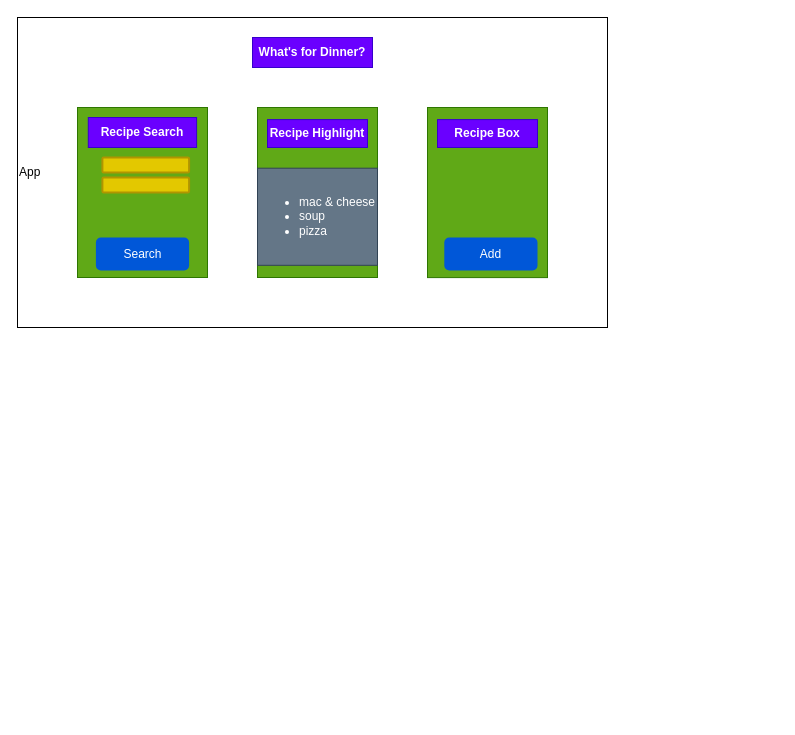
Above: diagram.drawio in medfieldanderson/dinner (draw.io), before the change. Source tidied: cells renumbered, new cells numbered last; positions are measured from the earlier drawing's top-left corner, leaving out a move shared by most shapes. Both pictures are drawn from the tidied source at 100%, with x=0, y=0 at pixel (17, 17).
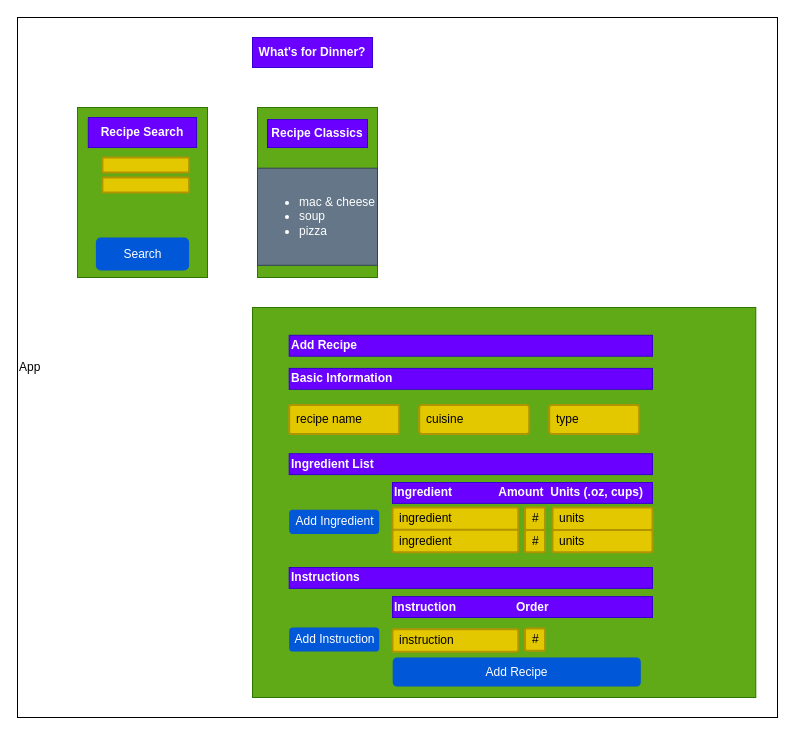
The same diagram, later.

The change refers to these unchanged cells:
```xml
<mxCell id="5" style="group;fillColor=none;gradientColor=default;" parent="1" vertex="1">
  <mxGeometry x="240" y="90" width="120" height="170" as="geometry" />
</mxCell>
```

The edit, as a diff of the source:
```diff
@@
     <mxCell id="3" value="App" style="rounded=0;whiteSpace=wrap;html=1;align=left;" parent="1" vertex="1">
-      <mxGeometry width="590" height="310" as="geometry" />
+      <mxGeometry width="760" height="700" as="geometry" />
     </mxCell>
@@
-    <mxCell id="8" value="&lt;b&gt;Recipe Highlight&lt;/b&gt;" style="rounded=0;whiteSpace=wrap;html=1;fillColor=#6a00ff;fontColor=#ffffff;strokeColor=#3700CC;" parent="5" vertex="1">
+    <mxCell id="8" value="&lt;b&gt;Recipe Classics&lt;/b&gt;" style="rounded=0;whiteSpace=wrap;html=1;fillColor=#6a00ff;fontColor=#ffffff;strokeColor=#3700CC;" parent="5" vertex="1">
       <mxGeometry x="10" y="12.1" width="100" height="27.9" as="geometry" />
     </mxCell>
@@
     <mxCell id="10" style="rounded=0;whiteSpace=wrap;html=1;fillColor=#60a917;gradientDirection=east;fontColor=#ffffff;strokeColor=#2D7600;" parent="1" vertex="1">
-      <mxGeometry x="410" y="90" width="120" height="170.1" as="geometry" />
+      <mxGeometry x="235" y="290" width="503.3" height="390" as="geometry" />
     </mxCell>
-    <mxCell id="11" value="&lt;b&gt;Recipe Box&lt;/b&gt;" style="rounded=0;whiteSpace=wrap;html=1;fillColor=#6a00ff;fontColor=#ffffff;strokeColor=#3700CC;" parent="10" vertex="1">
-      <mxGeometry x="10" y="12.1" width="100" height="27.9" as="geometry" />
+    <mxCell id="11" value="&lt;b&gt;Add Recipe&lt;/b&gt;" style="rounded=0;whiteSpace=wrap;html=1;fillColor=#6a00ff;fontColor=#ffffff;strokeColor=#3700CC;align=left;" parent="10" vertex="1">
+      <mxGeometry x="36.7" y="27.8" width="363.3" height="20.9" as="geometry" />
     </mxCell>
-    <mxCell id="12" value="Add" style="rounded=1;fillColor=#0057D8;strokeColor=none;html=1;fontColor=#ffffff;align=center;verticalAlign=middle;fontStyle=0;fontSize=12;sketch=0;" parent="10" vertex="1">
-      <mxGeometry x="16.8" y="130" width="93.2" height="33" as="geometry" />
+    <mxCell id="12" value="Add Recipe" style="rounded=1;fillColor=#0057D8;strokeColor=none;html=1;fontColor=#ffffff;align=center;verticalAlign=middle;fontStyle=0;fontSize=12;sketch=0;" parent="10" vertex="1">
+      <mxGeometry x="140.2" y="350" width="248.1" height="29" as="geometry" />
     </mxCell>
+    <mxCell id="17" value="recipe name" style="rounded=1;arcSize=5;align=left;spacingLeft=5;strokeColor=#B09500;html=1;strokeWidth=2;fontSize=12;fillColor=#e3c800;gradientDirection=north;fontColor=#000000;" parent="10" vertex="1">
+      <mxGeometry x="36.7" y="97.5" width="110" height="28.9" as="geometry" />
+    </mxCell>
+    <mxCell id="18" value="type" style="rounded=1;arcSize=9;align=left;spacingLeft=5;strokeColor=#B09500;html=1;strokeWidth=2;fontSize=12;fillColor=#e3c800;gradientDirection=north;fontColor=#000000;" parent="10" vertex="1">
+      <mxGeometry x="296.7" y="97.5" width="90" height="28.9" as="geometry" />
+    </mxCell>
+    <mxCell id="19" value="cuisine" style="rounded=1;arcSize=9;align=left;spacingLeft=5;strokeColor=#B09500;html=1;strokeWidth=2;fontSize=12;fillColor=#e3c800;gradientDirection=north;fontColor=#000000;" parent="10" vertex="1">
+      <mxGeometry x="166.7" y="97.5" width="110" height="28.9" as="geometry" />
+    </mxCell>
+    <mxCell id="20" value="&lt;b&gt;Basic Information&lt;/b&gt;" style="rounded=0;whiteSpace=wrap;html=1;fillColor=#6a00ff;fontColor=#ffffff;strokeColor=#3700CC;align=left;" parent="10" vertex="1">
+      <mxGeometry x="36.7" y="60.9" width="363.3" height="20.9" as="geometry" />
+    </mxCell>
+    <mxCell id="21" value="&lt;b&gt;Ingredient List&lt;/b&gt;" style="rounded=0;whiteSpace=wrap;html=1;fillColor=#6a00ff;fontColor=#ffffff;strokeColor=#3700CC;align=left;" parent="10" vertex="1">
+      <mxGeometry x="36.7" y="146.2" width="363.3" height="20.9" as="geometry" />
+    </mxCell>
+    <mxCell id="22" value="Add Instruction" style="rounded=1;fillColor=#0057D8;strokeColor=none;html=1;fontColor=#ffffff;align=center;verticalAlign=middle;fontStyle=0;fontSize=12;sketch=0;" parent="10" vertex="1">
+      <mxGeometry x="36.7" y="320" width="90" height="24.1" as="geometry" />
+    </mxCell>
+    <mxCell id="23" value="#" style="rounded=1;arcSize=9;align=left;spacingLeft=5;strokeColor=#B09500;html=1;strokeWidth=2;fontSize=12;fillColor=#e3c800;gradientDirection=north;fontColor=#000000;" parent="10" vertex="1">
+      <mxGeometry x="272.5" y="200" width="20" height="22.4" as="geometry" />
+    </mxCell>
+    <mxCell id="24" value="units" style="rounded=1;arcSize=9;align=left;spacingLeft=5;strokeColor=#B09500;html=1;strokeWidth=2;fontSize=12;fillColor=#e3c800;gradientDirection=north;fontColor=#000000;" parent="10" vertex="1">
+      <mxGeometry x="300" y="200" width="100" height="22.4" as="geometry" />
+    </mxCell>
+    <mxCell id="25" value="ingredient" style="rounded=1;arcSize=9;align=left;spacingLeft=5;strokeColor=#B09500;html=1;strokeWidth=2;fontSize=12;fillColor=#e3c800;gradientDirection=north;fontColor=#000000;" parent="10" vertex="1">
+      <mxGeometry x="140" y="200" width="125.8" height="22.4" as="geometry" />
+    </mxCell>
+    <mxCell id="26" value="#" style="rounded=1;arcSize=9;align=left;spacingLeft=5;strokeColor=#B09500;html=1;strokeWidth=2;fontSize=12;fillColor=#e3c800;gradientDirection=north;fontColor=#000000;" parent="10" vertex="1">
+      <mxGeometry x="272.5" y="222.4" width="20" height="22.4" as="geometry" />
+    </mxCell>
+    <mxCell id="27" value="units" style="rounded=1;arcSize=9;align=left;spacingLeft=5;strokeColor=#B09500;html=1;strokeWidth=2;fontSize=12;fillColor=#e3c800;gradientDirection=north;fontColor=#000000;" parent="10" vertex="1">
+      <mxGeometry x="300" y="222.4" width="100" height="22.4" as="geometry" />
+    </mxCell>
+    <mxCell id="28" value="ingredient" style="rounded=1;arcSize=9;align=left;spacingLeft=5;strokeColor=#B09500;html=1;strokeWidth=2;fontSize=12;fillColor=#e3c800;gradientDirection=north;fontColor=#000000;" parent="10" vertex="1">
+      <mxGeometry x="140" y="222.3" width="125.8" height="22.4" as="geometry" />
+    </mxCell>
+    <mxCell id="29" value="Add Ingredient" style="rounded=1;fillColor=#0057D8;strokeColor=none;html=1;fontColor=#ffffff;align=center;verticalAlign=middle;fontStyle=0;fontSize=12;sketch=0;" parent="10" vertex="1">
+      <mxGeometry x="36.7" y="202.3" width="90" height="24.1" as="geometry" />
+    </mxCell>
+    <mxCell id="30" value="#" style="rounded=1;arcSize=9;align=left;spacingLeft=5;strokeColor=#B09500;html=1;strokeWidth=2;fontSize=12;fillColor=#e3c800;gradientDirection=north;fontColor=#000000;" parent="10" vertex="1">
+      <mxGeometry x="272.5" y="320.9" width="20" height="22.4" as="geometry" />
+    </mxCell>
+    <mxCell id="31" value="instruction" style="rounded=1;arcSize=9;align=left;spacingLeft=5;strokeColor=#B09500;html=1;strokeWidth=2;fontSize=12;fillColor=#e3c800;gradientDirection=north;fontColor=#000000;" parent="10" vertex="1">
+      <mxGeometry x="140" y="321.8" width="125.8" height="22.4" as="geometry" />
+    </mxCell>
+    <mxCell id="32" value="&lt;b&gt;Instructions&lt;/b&gt;" style="rounded=0;whiteSpace=wrap;html=1;fillColor=#6a00ff;fontColor=#ffffff;strokeColor=#3700CC;align=left;" parent="10" vertex="1">
+      <mxGeometry x="36.7" y="260" width="363.3" height="20.9" as="geometry" />
+    </mxCell>
+    <mxCell id="33" value="&lt;b&gt;Ingredient&amp;nbsp; &amp;nbsp; &amp;nbsp; &amp;nbsp; &amp;nbsp; &amp;nbsp; &amp;nbsp; Amount&amp;nbsp; Units (.oz, cups)&lt;/b&gt;" style="rounded=0;whiteSpace=wrap;html=1;fillColor=#6a00ff;fontColor=#ffffff;strokeColor=#3700CC;align=left;" parent="10" vertex="1">
+      <mxGeometry x="140" y="175" width="260" height="20.9" as="geometry" />
+    </mxCell>
+    <mxCell id="34" value="&lt;b&gt;Instruction&amp;nbsp; &amp;nbsp; &amp;nbsp; &amp;nbsp; &amp;nbsp; &amp;nbsp; &amp;nbsp; &amp;nbsp; &amp;nbsp; Order&lt;/b&gt;" style="rounded=0;whiteSpace=wrap;html=1;fillColor=#6a00ff;fontColor=#ffffff;strokeColor=#3700CC;align=left;" parent="10" vertex="1">
+      <mxGeometry x="140" y="289.1" width="260" height="20.9" as="geometry" />
+    </mxCell>
```
